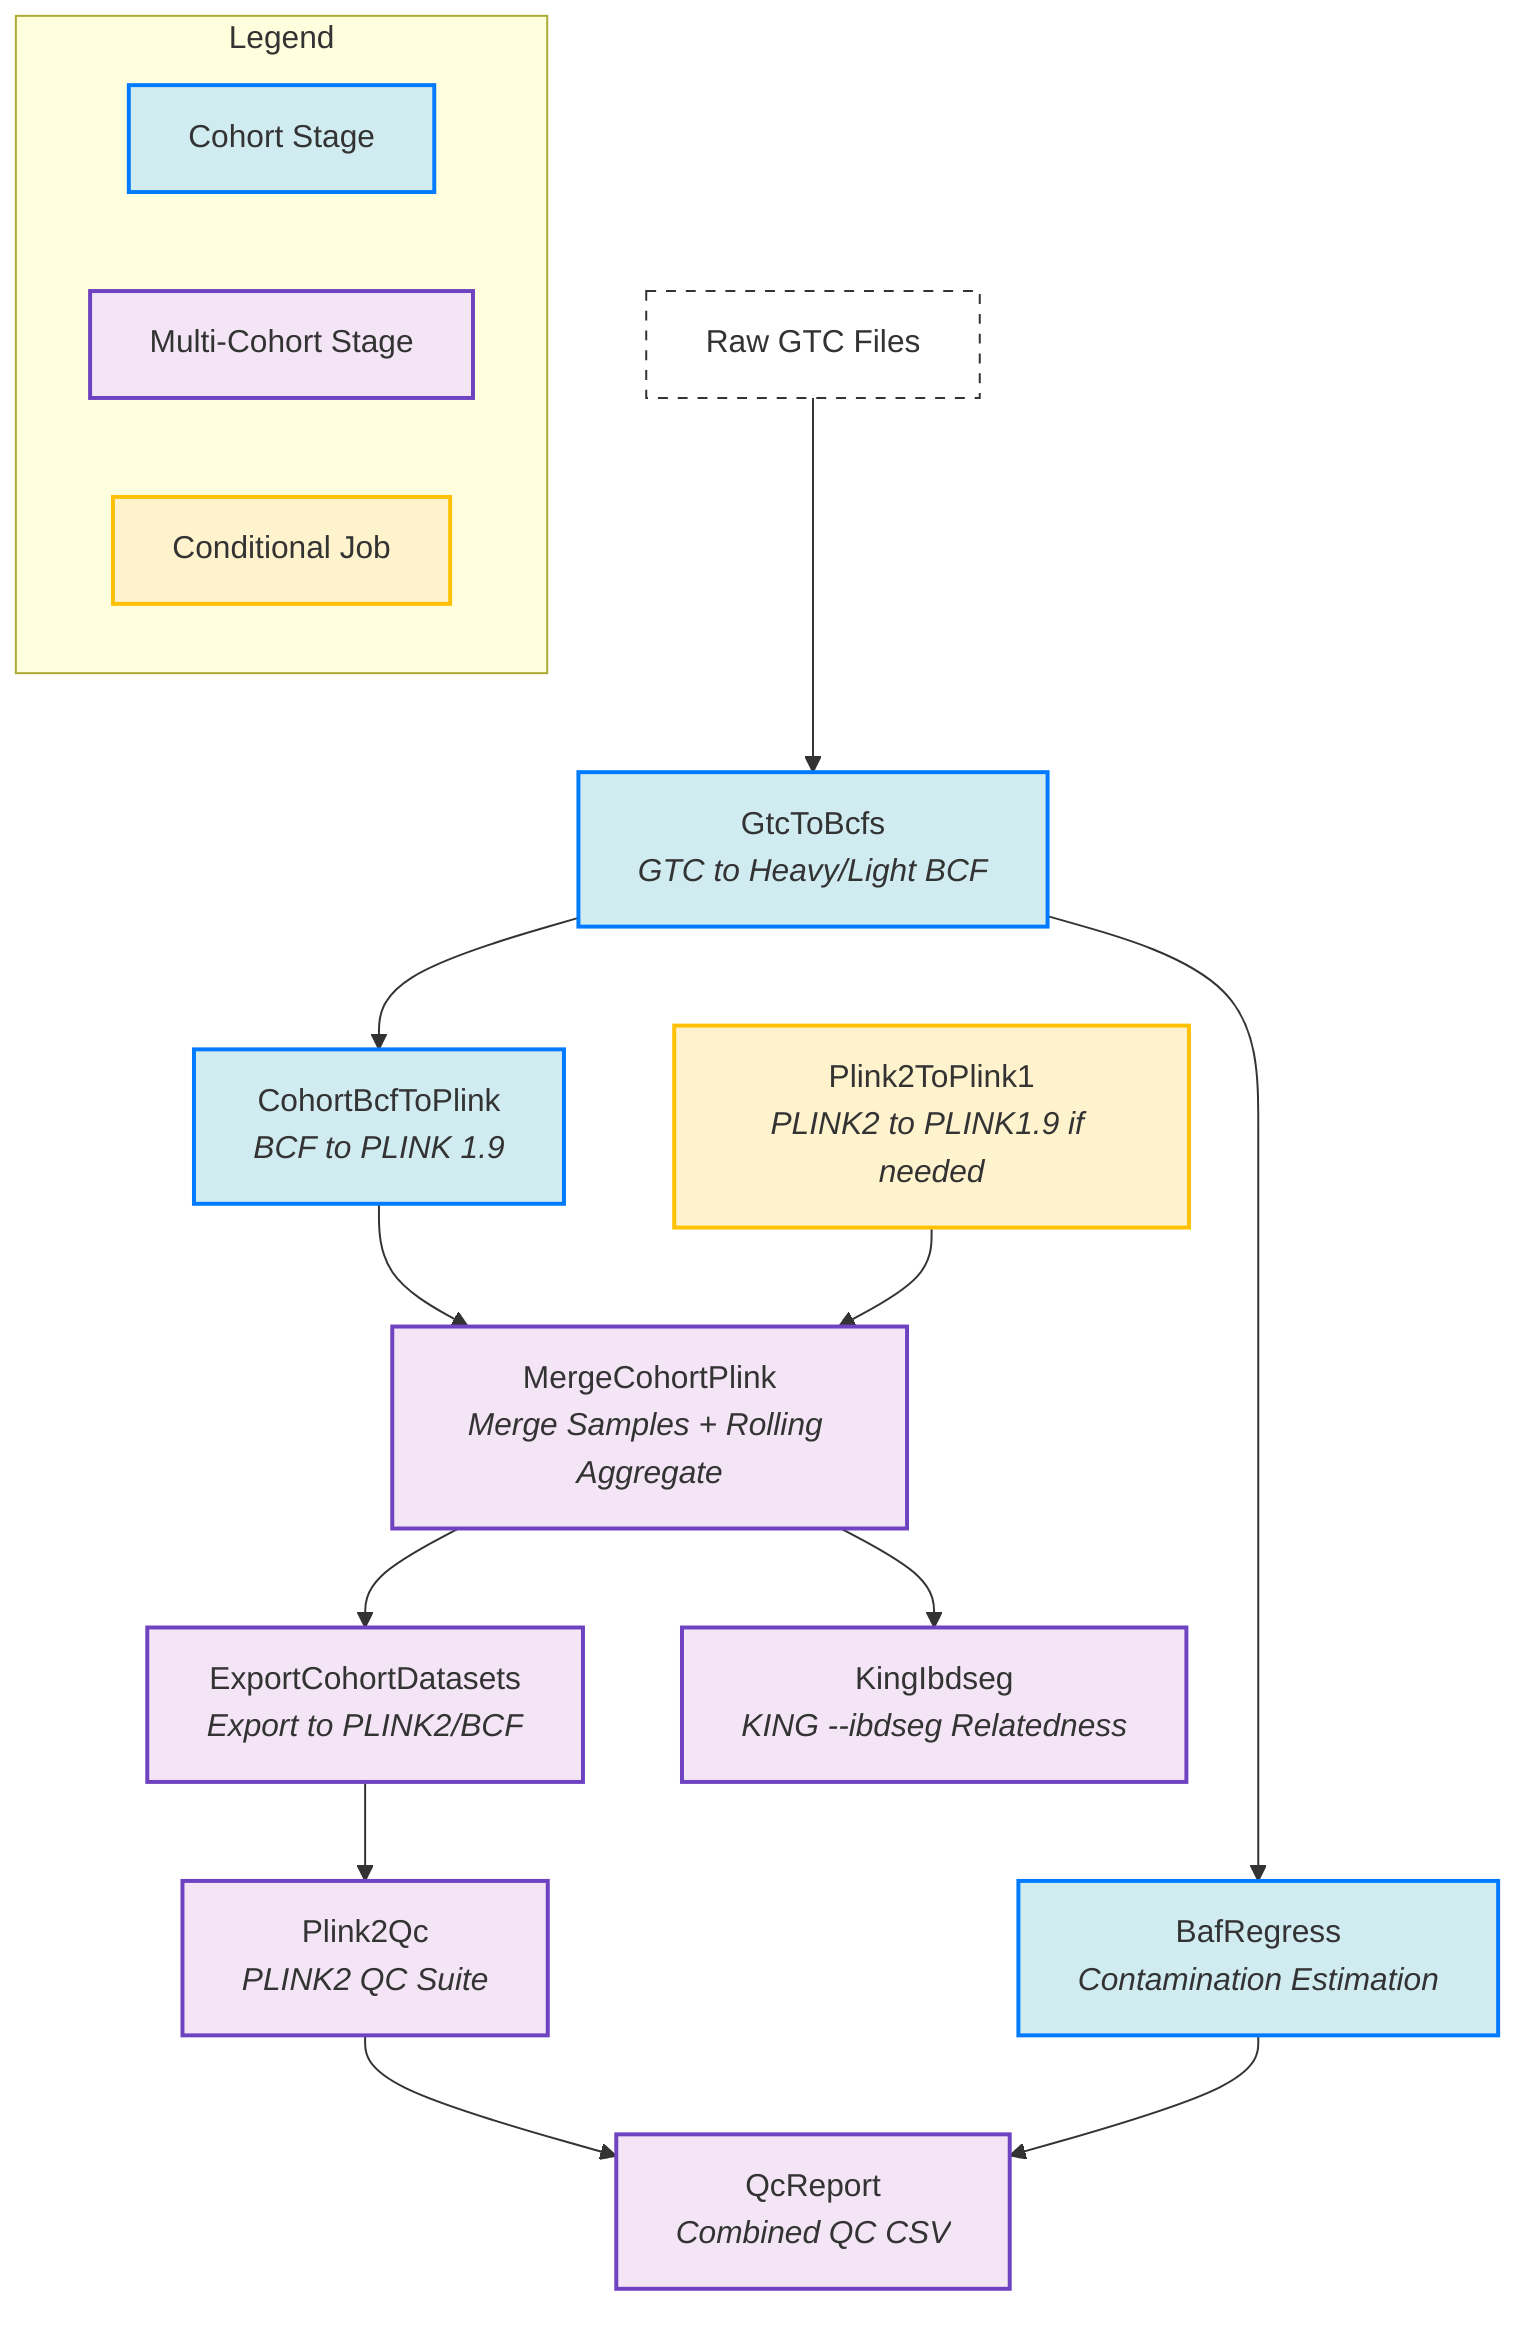
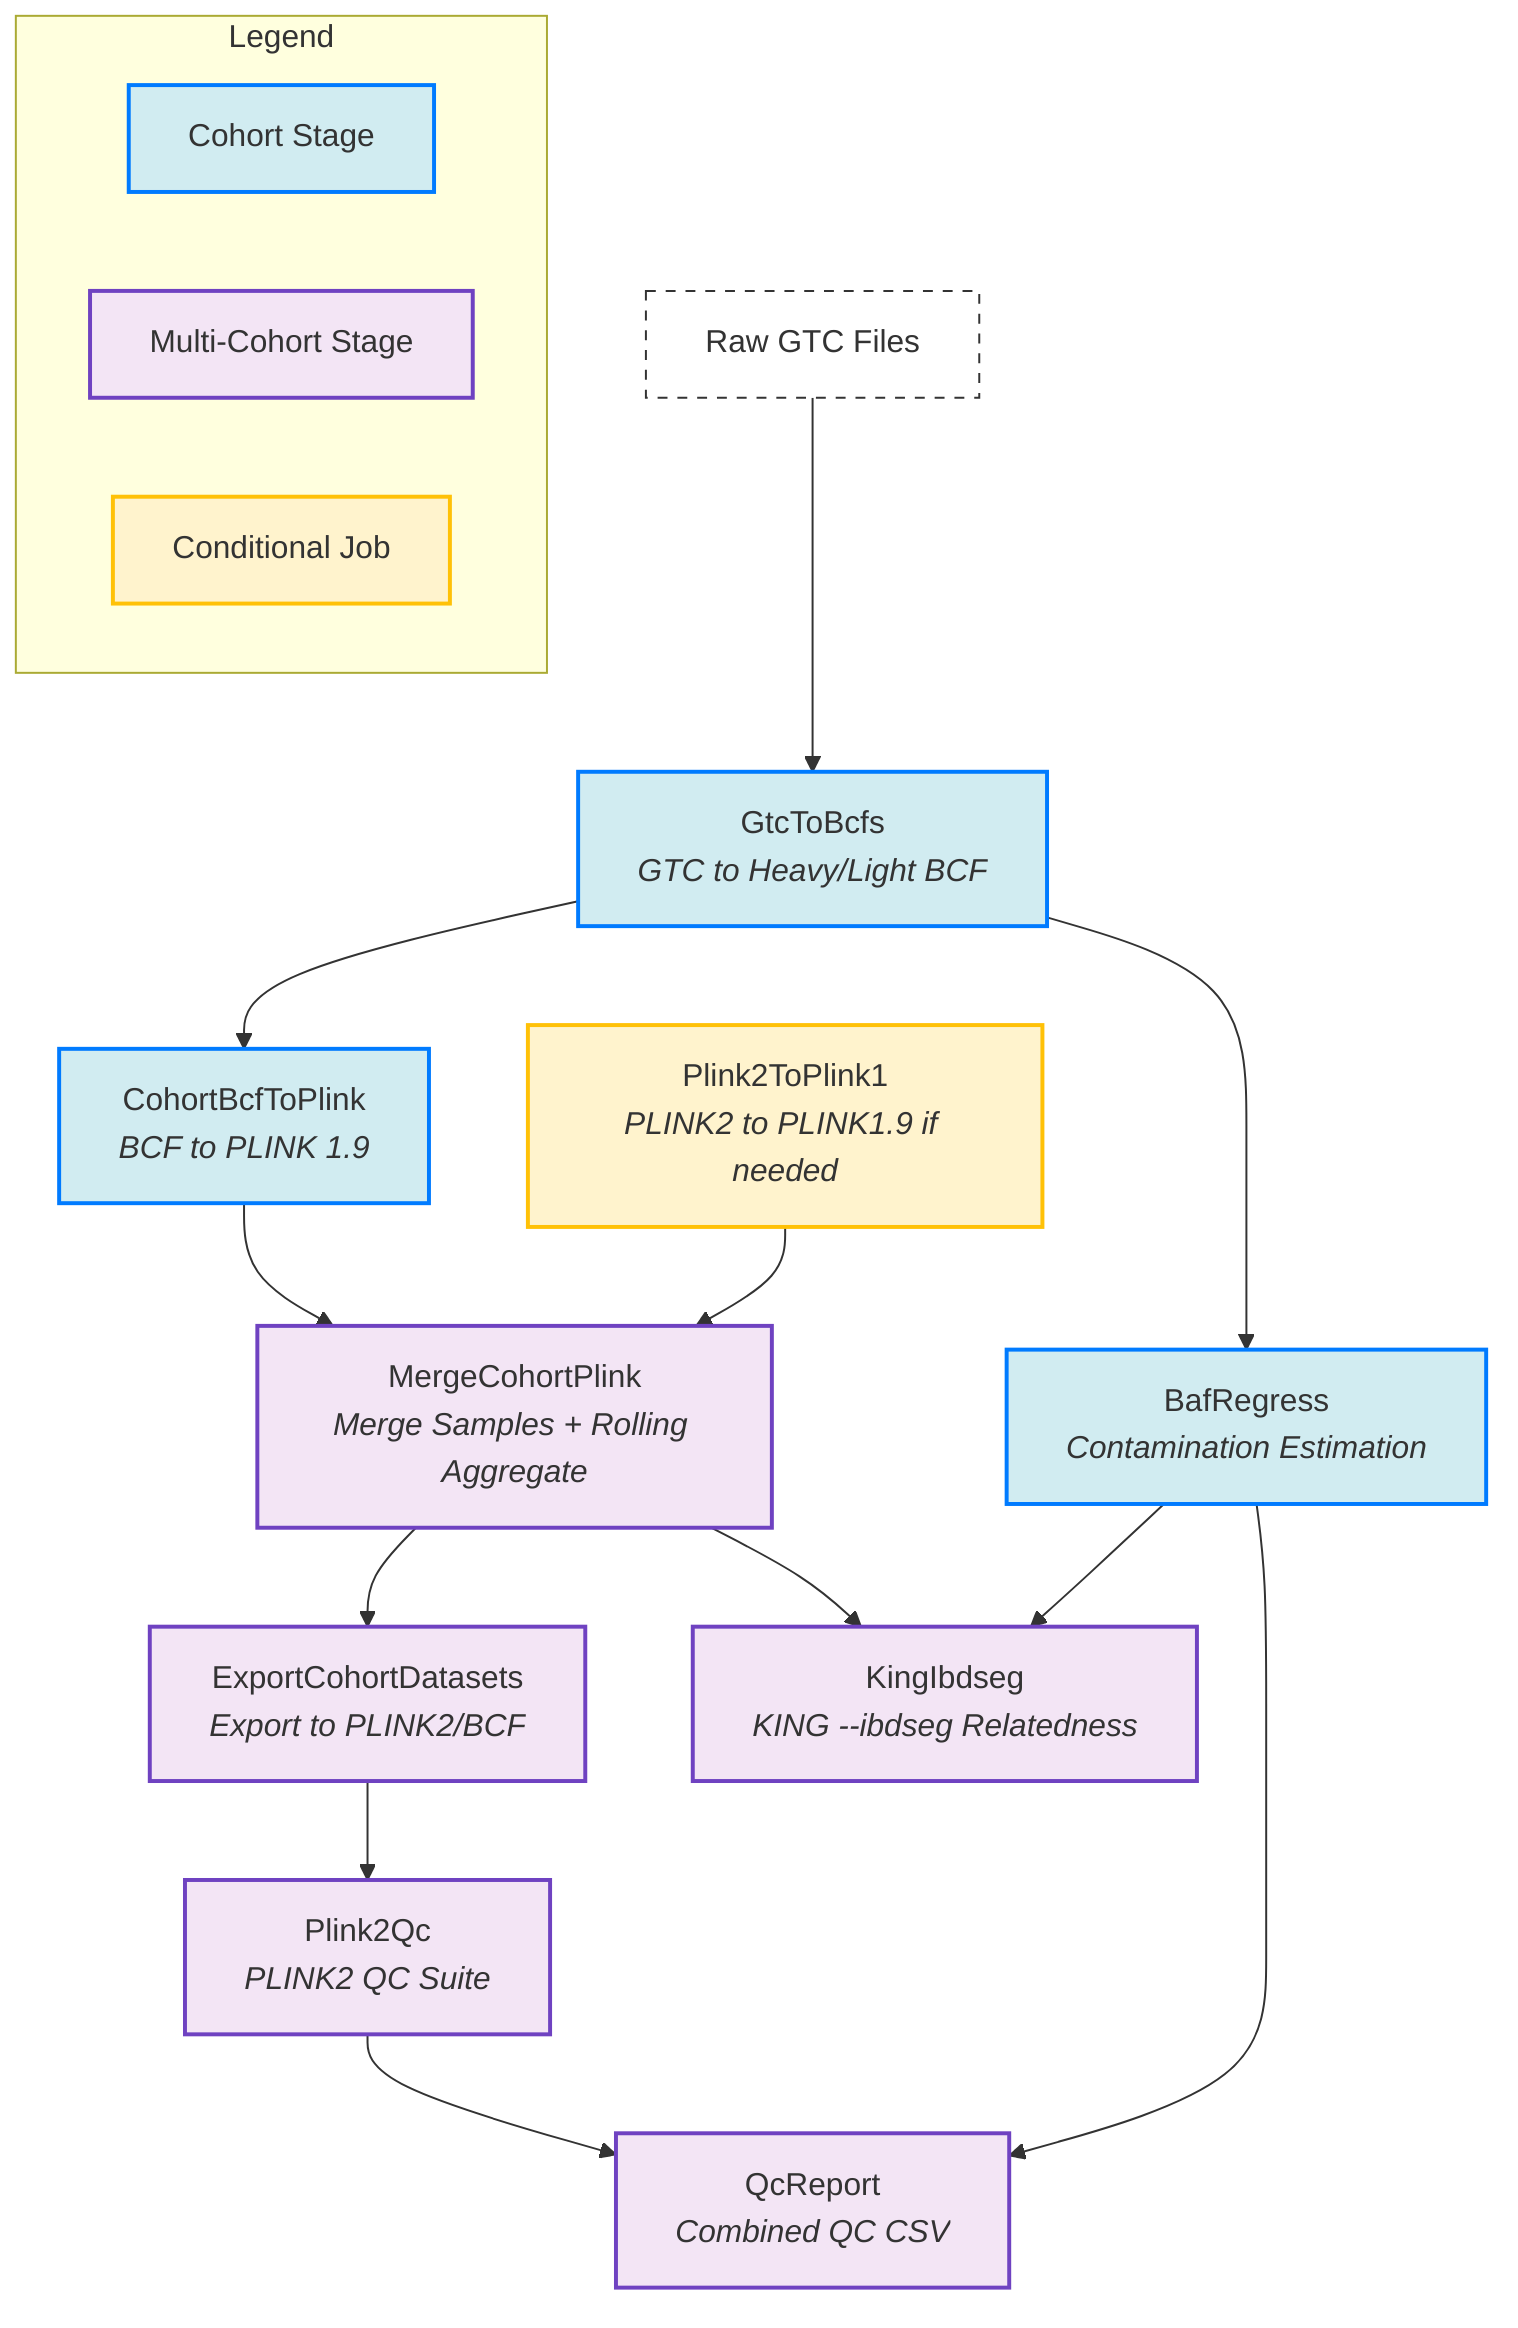
graph TD
    subgraph Legend
        direction LR
        L1[Cohort Stage]:::cohort
        L2[Multi-Cohort Stage]:::multicohort
        L3[Conditional Job]:::conditional
    end

    %% DAG Structure
    GTC[Raw GTC Files]:::data --> GtoB[GtcToBcfs<br/><i>GTC to Heavy/Light BCF</i>]:::cohort
    GtoB --> BAF[BafRegress<br/><i>Contamination Estimation</i>]:::cohort
    GtoB --> BtoP[CohortBcfToPlink<br/><i>BCF to PLINK 1.9</i>]:::cohort
    BtoP --> MCP[MergeCohortPlink<br/><i>Merge Samples + Rolling Aggregate</i>]:::multicohort
    P2P1[Plink2ToPlink1<br/><i>PLINK2 to PLINK1.9 if needed</i>]:::conditional --> MCP
    MCP --> ECD[ExportCohortDatasets<br/><i>Export to PLINK2/BCF</i>]:::multicohort
    MCP --> KING[KingIbdseg<br/><i>KING --ibdseg Relatedness</i>]:::multicohort
+     BAF --> KING
    ECD --> QC[Plink2Qc<br/><i>PLINK2 QC Suite</i>]:::multicohort
    QC --> QR[QcReport<br/><i>Combined QC CSV</i>]:::multicohort
    BAF --> QR

    %% Component styling
    classDef cohort fill:#d1ecf1,stroke:#007bff,stroke-width:2px;
    classDef multicohort fill:#f3e5f5,stroke:#6f42c1,stroke-width:2px;
    classDef conditional fill:#fff3cd,stroke:#ffc107,stroke-width:2px;
    classDef data fill:#fff,stroke:#333,stroke-dasharray: 5 5;

    %% Explicit classes
    class GtoB,BAF,BtoP cohort;
    class MCP,ECD,QC,KING,QR multicohort;
    class P2P1 conditional;
